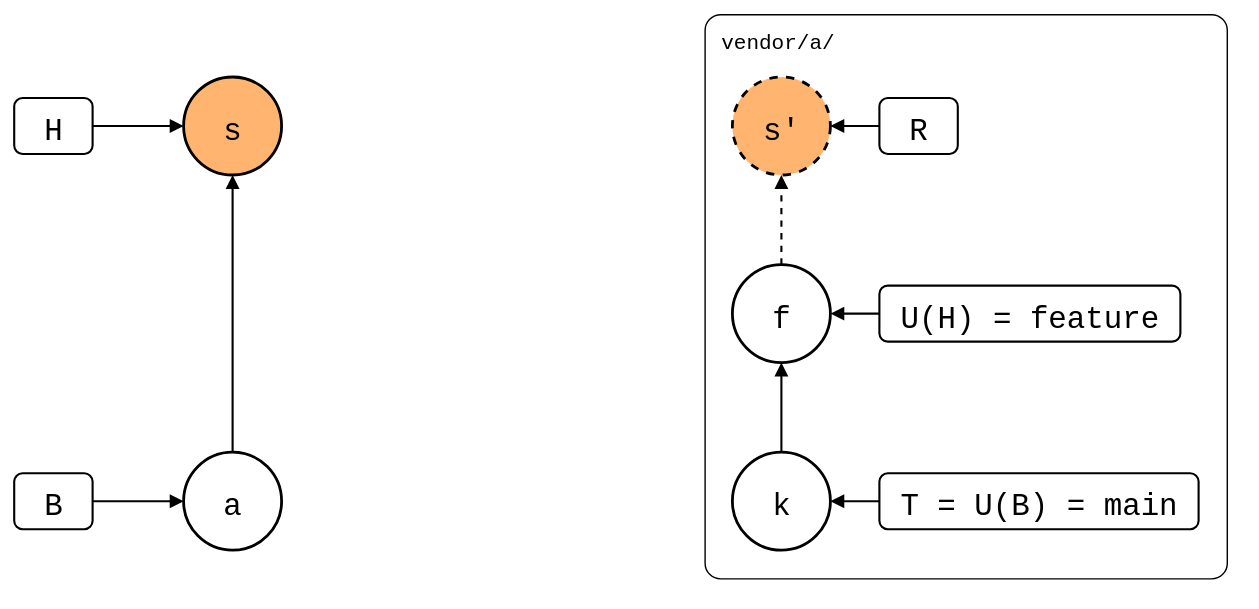
The draw.io diagram test/scenarios/03-branches-and-teamwork/03-squash-merged-pull/01-local-edit-in-the-squash/local-edit-in-the-squash.drawio.svg in roschaefer/git-splice, before a commit. Source tidied: cells renumbered, new cells last; positions are measured from the earlier drawing's top-left corner, leaving out a move shared by most shapes.
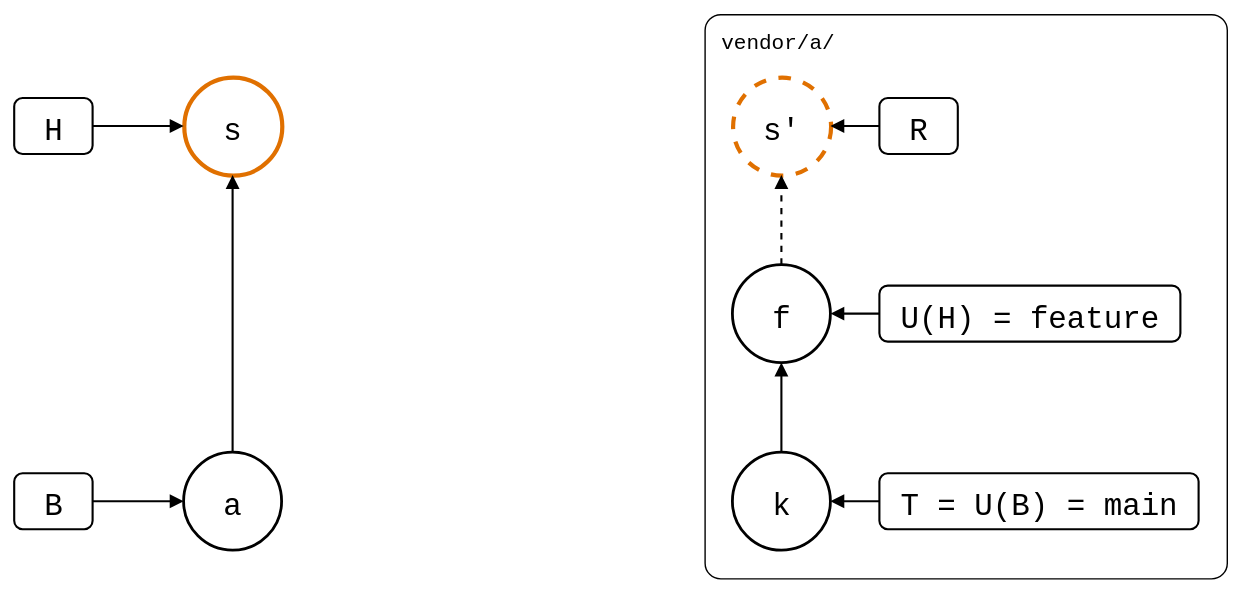
The same file after the commit.

Diff of the diagram source:
```diff
@@ -8,7 +8,7 @@
     <mxCell id="3" value="a" style="ellipse;strokeWidth=2;fontSize=22;fontFamily=Roboto Mono,monospace;" parent="1" vertex="1">
       <mxGeometry x="121" y="313" width="70" height="70" as="geometry" />
     </mxCell>
-    <mxCell id="4" value="s" style="ellipse;strokeWidth=2;fontSize=22;fontFamily=Roboto Mono,monospace;fillColor=#FFB570;" parent="1" vertex="1">
+    <mxCell id="4" value="s" style="ellipse;fontSize=22;fontFamily=Roboto Mono,monospace;strokeColor=#E07000;strokeWidth=3;" parent="1" vertex="1">
       <mxGeometry x="121" y="45" width="70" height="70" as="geometry" />
     </mxCell>
     <mxCell id="5" value="k" style="ellipse;strokeWidth=2;fontSize=22;fontFamily=Roboto Mono,monospace;" parent="1" vertex="1">
@@ -17,7 +17,7 @@
     <mxCell id="6" value="f" style="ellipse;strokeWidth=2;fontSize=22;fontFamily=Roboto Mono,monospace;" parent="1" vertex="1">
       <mxGeometry x="513" y="179" width="70" height="70" as="geometry" />
     </mxCell>
-    <mxCell id="7" value="s'" style="ellipse;strokeWidth=2;fontSize=22;fontFamily=Roboto Mono,monospace;dashed=1;fillColor=#FFB570;" parent="1" vertex="1">
+    <mxCell id="7" value="s'" style="ellipse;fontSize=22;fontFamily=Roboto Mono,monospace;dashed=1;strokeColor=#E07000;strokeWidth=3;" parent="1" vertex="1">
       <mxGeometry x="513" y="45" width="70" height="70" as="geometry" />
     </mxCell>
     <mxCell id="8" value="H" style="rounded=1;strokeWidth=1.5;fontSize=22;fontFamily=Roboto Mono,monospace;" parent="1" vertex="1">
```
